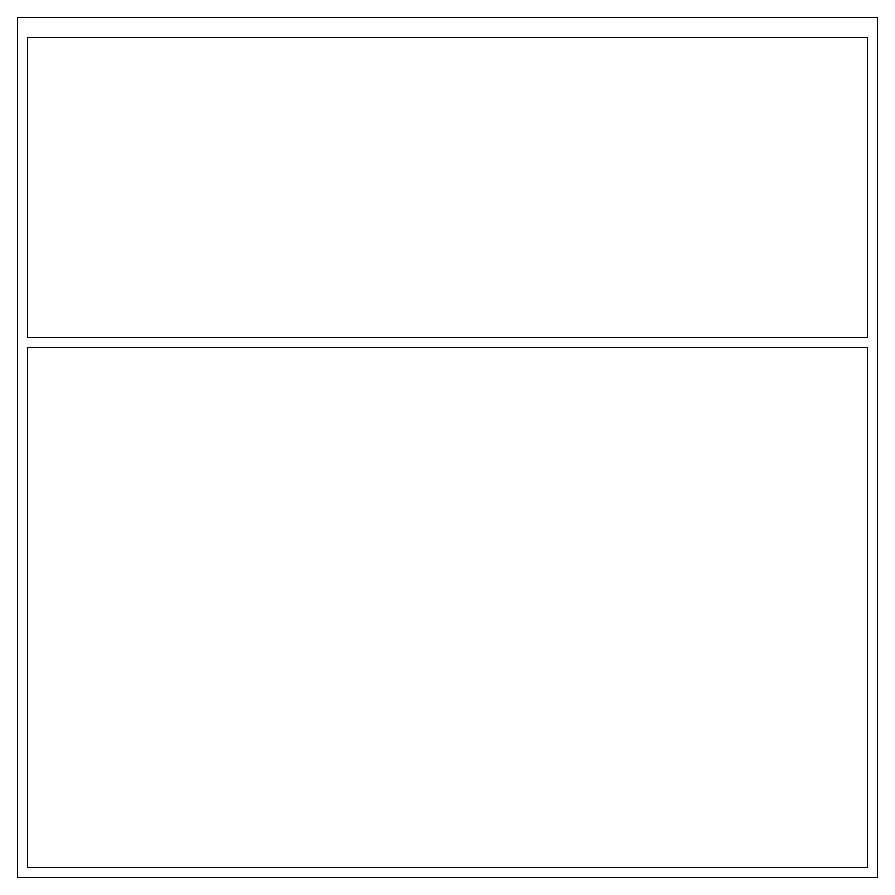
Before: Diagram bez tytułu.drawio in aloix123/PasswordManager, a draw.io diagram. Source tidied: cells renumbered, new cells numbered last; positions are measured from the earlier drawing's top-left corner, leaving out a move shared by most shapes. Both pictures are drawn from the tidied source at 100%, with x=0, y=0 at pixel (17, 17).
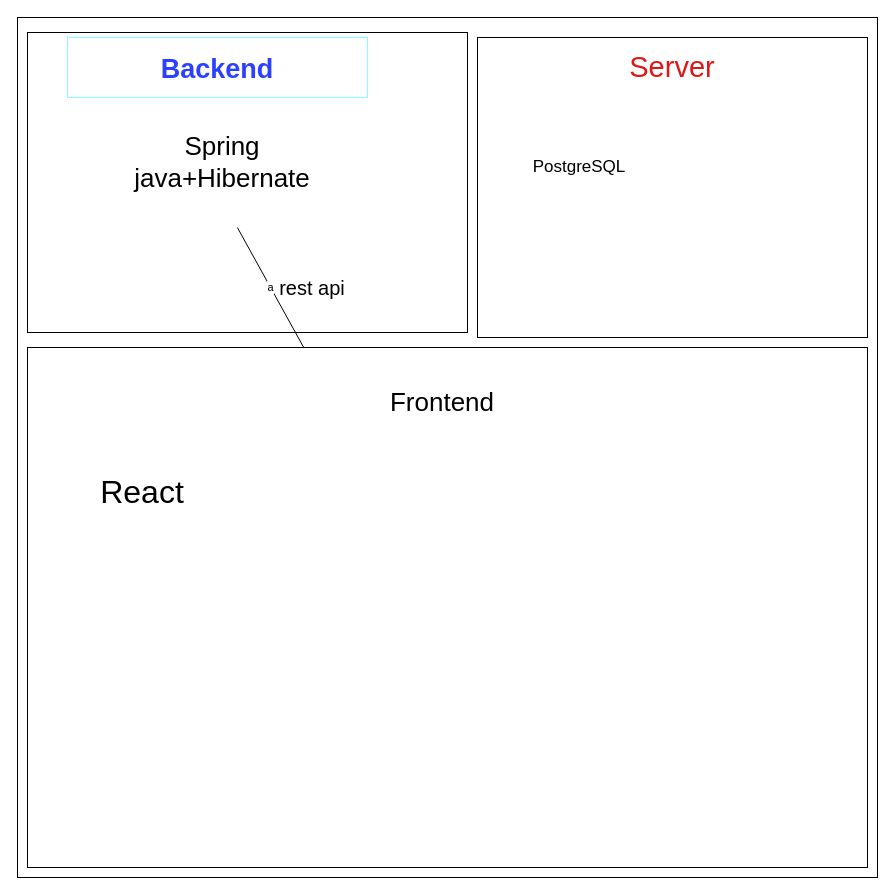
After the change.

What changed in the source:
```diff
@@
 <mxGraphModel>
   <root>
     <mxCell id="0" />
     <mxCell id="1" parent="0" />
     <mxCell id="2" style="whiteSpace=wrap;html=1;" parent="1" vertex="1">
       <mxGeometry width="860" height="860" as="geometry" />
     </mxCell>
-    <mxCell id="3" style="rounded=0;whiteSpace=wrap;html=1;" parent="1" vertex="1">
-      <mxGeometry x="10" y="20" width="840" height="300" as="geometry" />
+    <mxCell id="3" style="rounded=0;whiteSpace=wrap;html=1;strokeColor=#000000;fontStyle=1;" parent="1" vertex="1">
+      <mxGeometry x="10" y="15" width="440" height="300" as="geometry" />
     </mxCell>
     <mxCell id="4" style="rounded=0;whiteSpace=wrap;html=1;" parent="1" vertex="1">
       <mxGeometry x="10" y="330" width="840" height="520" as="geometry" />
     </mxCell>
+    <mxCell id="5" value="&lt;h1&gt;&lt;font color=&quot;#2b41ff&quot; style=&quot;font-size: 27px; background-color: rgb(255, 255, 255);&quot;&gt;Backend&lt;/font&gt;&lt;/h1&gt;" style="text;strokeColor=#85FFFF;align=center;fillColor=none;html=1;verticalAlign=middle;whiteSpace=wrap;rounded=0;spacingTop=4;" parent="1" vertex="1">
+      <mxGeometry x="50" y="20" width="300" height="60" as="geometry" />
+    </mxCell>
+    <mxCell id="6" value="&lt;font style=&quot;font-size: 26px;&quot;&gt;Spring java+Hibernate&lt;/font&gt;" style="text;strokeColor=none;align=center;fillColor=none;html=1;verticalAlign=middle;whiteSpace=wrap;rounded=0;" parent="1" vertex="1">
+      <mxGeometry x="100" y="120" width="210" height="50" as="geometry" />
+    </mxCell>
+    <mxCell id="7" value="&lt;font style=&quot;font-size: 26px;&quot;&gt;Frontend&lt;/font&gt;" style="text;strokeColor=none;align=center;fillColor=none;html=1;verticalAlign=middle;whiteSpace=wrap;rounded=0;" parent="1" vertex="1">
+      <mxGeometry x="340" y="350" width="170" height="70" as="geometry" />
+    </mxCell>
+    <mxCell id="8" style="rounded=0;whiteSpace=wrap;html=1;" parent="1" vertex="1">
+      <mxGeometry x="460" y="20" width="390" height="300" as="geometry" />
+    </mxCell>
+    <mxCell id="9" value="&lt;font color=&quot;#de1717&quot;&gt;Server&lt;/font&gt;" style="text;strokeColor=none;align=center;fillColor=none;html=1;verticalAlign=middle;whiteSpace=wrap;rounded=0;fontSize=29;" parent="1" vertex="1">
+      <mxGeometry x="570" y="15" width="170" height="70" as="geometry" />
+    </mxCell>
+    <mxCell id="10" value="&lt;font style=&quot;font-size: 17px;&quot;&gt;PostgreSQL&lt;/font&gt;" style="text;strokeColor=none;align=center;fillColor=none;html=1;verticalAlign=middle;whiteSpace=wrap;rounded=0;" parent="1" vertex="1">
+      <mxGeometry x="474" y="110" width="176" height="80" as="geometry" />
+    </mxCell>
+    <mxCell id="11" value="React" style="text;strokeColor=none;align=center;fillColor=none;html=1;verticalAlign=middle;whiteSpace=wrap;rounded=0;fontSize=32;" parent="1" vertex="1">
+      <mxGeometry x="30" y="420" width="190" height="110" as="geometry" />
+    </mxCell>
+    <mxCell id="12" value="a" style="endArrow=none;html=1;rounded=0;entryX=0.477;entryY=0.65;entryDx=0;entryDy=0;entryPerimeter=0;" parent="1" edge="1" source="4" target="3">
+      <mxGeometry relative="1" as="geometry" />
+    </mxCell>
+    <mxCell id="13" value="rest api" style="text;strokeColor=none;align=center;fillColor=none;html=1;verticalAlign=middle;whiteSpace=wrap;rounded=0;fontSize=20;" parent="1" vertex="1">
+      <mxGeometry x="240" y="240" width="110" height="60" as="geometry" />
+    </mxCell>
   </root>
 </mxGraphModel>
```
